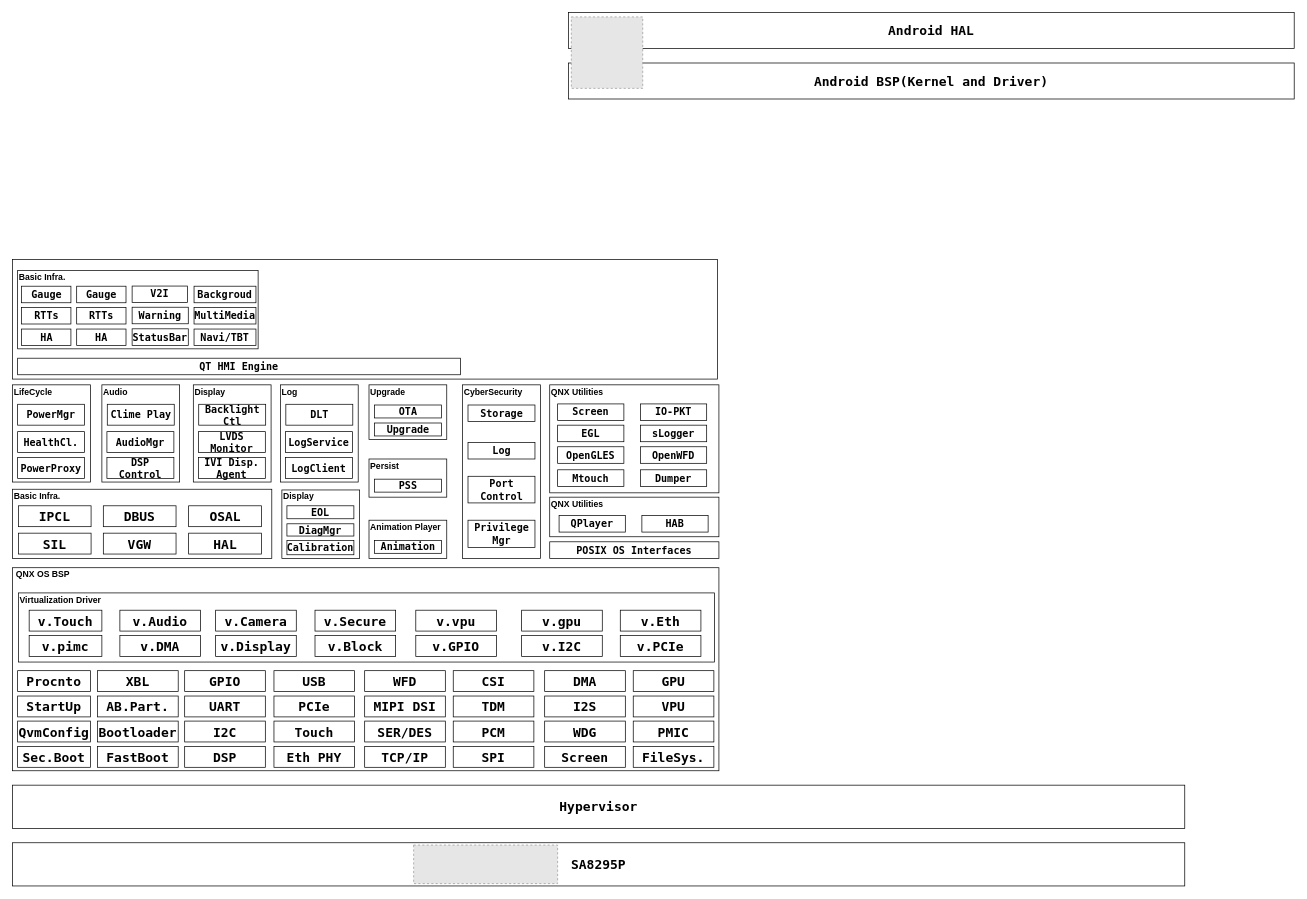
Earlier version of the draw.io diagram AndroidAndQNX_8295.drawio (qxcjust/allkindsofArchitecture). Source tidied: cells renumbered, new cells numbered last; positions are measured from the earlier drawing's top-left corner, leaving out a move shared by most shapes. Both pictures are drawn from the tidied source at 72%, with x=0, y=0 at pixel (12, 12). Pictures stored in the file or linked from it are replaced by grey dashed boxes.
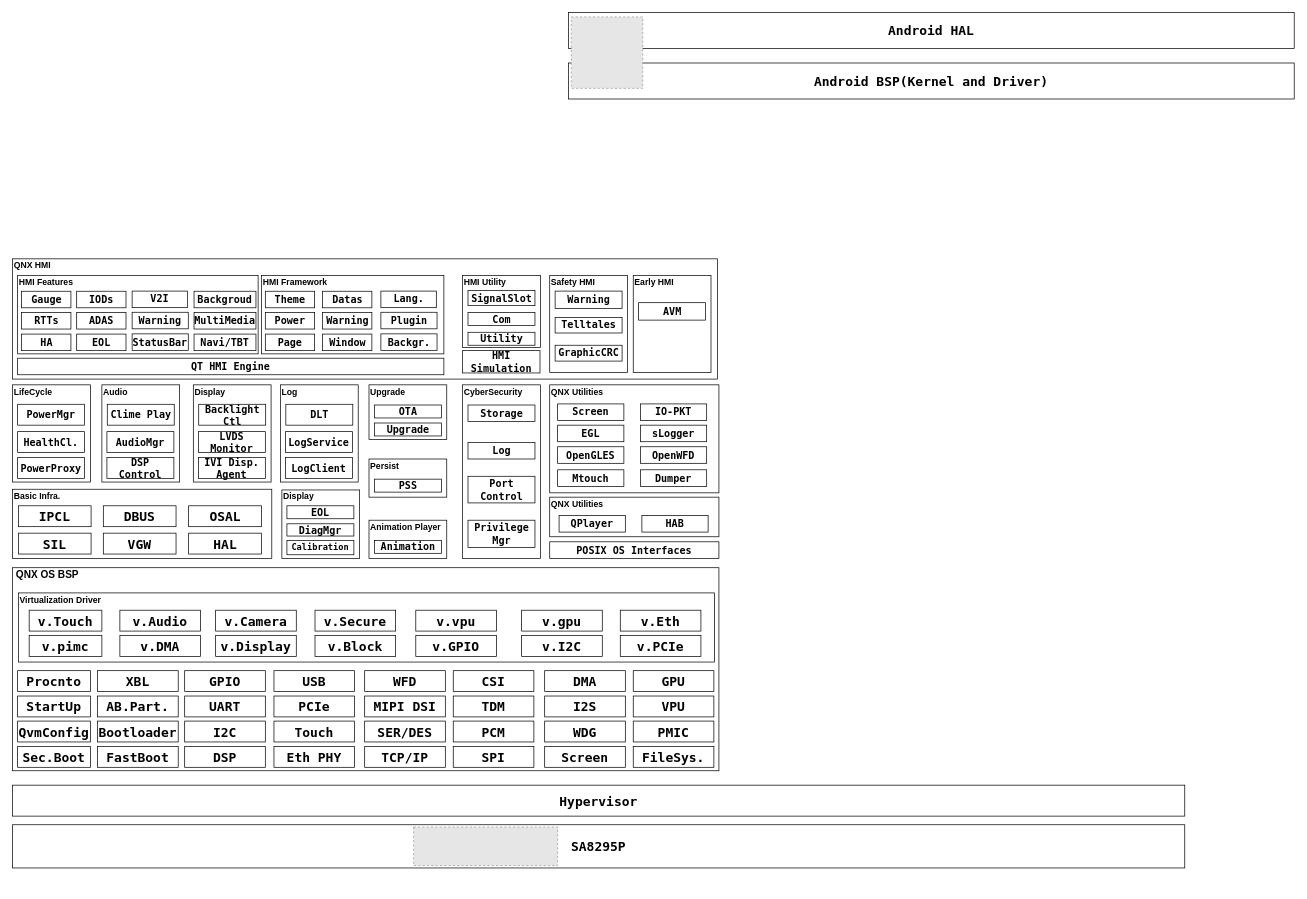
Above is the later version.

What changed in the source:
```diff
@@
     <mxCell id="2" value="&lt;font style=&quot;font-size: 18px;&quot; face=&quot;Lucida Console&quot;&gt;SA8295P&lt;/font&gt;" style="rounded=0;whiteSpace=wrap;html=1;fontStyle=1;" parent="1" vertex="1">
-      <mxGeometry y="1153" width="1628" height="60" as="geometry" />
+      <mxGeometry y="1128" width="1628" height="60" as="geometry" />
     </mxCell>
     <mxCell id="3" style="fillColor=#E6E6E6;strokeColor=#999999;dashed=1;verticalLabelPosition=bottom;labelBackgroundColor=default;verticalAlign=top;" parent="1" vertex="1">
-      <mxGeometry x="557" y="1156.2" width="200" height="53.5" as="geometry" />
+      <mxGeometry x="557" y="1131.2" width="200" height="53.5" as="geometry" />
     </mxCell>
     <mxCell id="4" value="&lt;font style=&quot;font-size: 18px;&quot; face=&quot;Lucida Console&quot;&gt;Hypervisor&lt;/font&gt;" style="rounded=0;whiteSpace=wrap;html=1;fontStyle=1;" parent="1" vertex="1">
-      <mxGeometry y="1073" width="1628" height="60" as="geometry" />
+      <mxGeometry y="1073" width="1628" height="43" as="geometry" />
     </mxCell>
@@
-    <mxCell id="57" value="QNX OS BSP" style="text;html=1;whiteSpace=wrap;strokeColor=none;fillColor=none;align=left;verticalAlign=middle;rounded=0;fontStyle=1;" parent="1" vertex="1">
+    <mxCell id="57" value="&lt;font style=&quot;font-size: 14px;&quot;&gt;QNX OS BSP&lt;/font&gt;" style="text;html=1;whiteSpace=wrap;strokeColor=none;fillColor=none;align=left;verticalAlign=middle;rounded=0;fontStyle=1;" parent="1" vertex="1">
       <mxGeometry x="3" y="771" width="179" height="19" as="geometry" />
     </mxCell>
@@
-    <mxCell id="84" value="&lt;font face=&quot;Lucida Console&quot;&gt;&lt;span style=&quot;font-size: 14px;&quot;&gt;Calibration&lt;/span&gt;&lt;/font&gt;" style="rounded=0;whiteSpace=wrap;html=1;fontStyle=1;align=center;" parent="1" vertex="1">
+    <mxCell id="84" value="&lt;font face=&quot;Lucida Console&quot; style=&quot;font-size: 12px;&quot;&gt;Calibration&lt;/font&gt;" style="rounded=0;whiteSpace=wrap;html=1;fontStyle=1;align=center;" parent="1" vertex="1">
       <mxGeometry x="381" y="733" width="93" height="20" as="geometry" />
     </mxCell>
@@
     <mxCell id="122" style="rounded=0;whiteSpace=wrap;html=1;fontStyle=1;align=center;" parent="1" vertex="1">
-      <mxGeometry y="343" width="979" height="166" as="geometry" />
+      <mxGeometry y="342" width="979" height="167" as="geometry" />
     </mxCell>
     <mxCell id="123" value="&lt;font face=&quot;Lucida Console&quot;&gt;&lt;span style=&quot;font-size: 14px;&quot;&gt;QT HMI Engine&lt;/span&gt;&lt;/font&gt;" style="rounded=0;whiteSpace=wrap;html=1;fontStyle=1;align=center;" parent="1" vertex="1">
-      <mxGeometry x="7" y="480" width="615" height="23" as="geometry" />
+      <mxGeometry x="7" y="480" width="592" height="23" as="geometry" />
     </mxCell>
     <mxCell id="124" style="rounded=0;whiteSpace=wrap;html=1;fontStyle=1;align=center;" parent="1" vertex="1">
-      <mxGeometry x="7" y="358" width="334" height="109" as="geometry" />
+      <mxGeometry x="7" y="365" width="334" height="109" as="geometry" />
     </mxCell>
-    <mxCell id="125" value="Basic Infra." style="text;html=1;whiteSpace=wrap;strokeColor=none;fillColor=none;align=left;verticalAlign=middle;rounded=0;fontStyle=1;" parent="1" vertex="1">
-      <mxGeometry x="7" y="358" width="121" height="19" as="geometry" />
+    <mxCell id="125" value="HMI Features" style="text;html=1;whiteSpace=wrap;strokeColor=none;fillColor=none;align=left;verticalAlign=middle;rounded=0;fontStyle=1;" parent="1" vertex="1">
+      <mxGeometry x="7" y="365" width="121" height="19" as="geometry" />
     </mxCell>
     <mxCell id="126" value="&lt;font face=&quot;Lucida Console&quot;&gt;&lt;span style=&quot;font-size: 14px;&quot;&gt;Gauge&lt;/span&gt;&lt;/font&gt;" style="rounded=0;whiteSpace=wrap;html=1;fontStyle=1;align=center;" parent="1" vertex="1">
-      <mxGeometry x="12.5" y="380" width="68.5" height="23" as="geometry" />
+      <mxGeometry x="12.5" y="387" width="68.5" height="23" as="geometry" />
     </mxCell>
     <mxCell id="127" value="&lt;font face=&quot;Lucida Console&quot;&gt;&lt;span style=&quot;font-size: 14px;&quot;&gt;RTTs&lt;/span&gt;&lt;/font&gt;" style="rounded=0;whiteSpace=wrap;html=1;fontStyle=1;align=center;" parent="1" vertex="1">
-      <mxGeometry x="12.5" y="409.5" width="68.5" height="23" as="geometry" />
+      <mxGeometry x="12.5" y="416.5" width="68.5" height="23" as="geometry" />
     </mxCell>
     <mxCell id="128" value="&lt;font face=&quot;Lucida Console&quot;&gt;&lt;span style=&quot;font-size: 14px;&quot;&gt;HA&lt;/span&gt;&lt;/font&gt;" style="rounded=0;whiteSpace=wrap;html=1;fontStyle=1;align=center;" parent="1" vertex="1">
-      <mxGeometry x="12.5" y="439.5" width="68.5" height="23" as="geometry" />
+      <mxGeometry x="12.5" y="446.5" width="68.5" height="23" as="geometry" />
     </mxCell>
-    <mxCell id="129" value="&lt;font face=&quot;Lucida Console&quot;&gt;&lt;span style=&quot;font-size: 14px;&quot;&gt;Gauge&lt;/span&gt;&lt;/font&gt;" style="rounded=0;whiteSpace=wrap;html=1;fontStyle=1;align=center;" parent="1" vertex="1">
-      <mxGeometry x="89" y="380" width="68.5" height="23" as="geometry" />
+    <mxCell id="129" value="&lt;font face=&quot;Lucida Console&quot;&gt;&lt;span style=&quot;font-size: 14px;&quot;&gt;IODs&lt;/span&gt;&lt;/font&gt;" style="rounded=0;whiteSpace=wrap;html=1;fontStyle=1;align=center;" parent="1" vertex="1">
+      <mxGeometry x="89" y="387" width="68.5" height="23" as="geometry" />
     </mxCell>
-    <mxCell id="130" value="&lt;font face=&quot;Lucida Console&quot;&gt;&lt;span style=&quot;font-size: 14px;&quot;&gt;RTTs&lt;/span&gt;&lt;/font&gt;" style="rounded=0;whiteSpace=wrap;html=1;fontStyle=1;align=center;" parent="1" vertex="1">
-      <mxGeometry x="89" y="409.5" width="68.5" height="23" as="geometry" />
+    <mxCell id="130" value="&lt;font face=&quot;Lucida Console&quot;&gt;&lt;span style=&quot;font-size: 14px;&quot;&gt;ADAS&lt;/span&gt;&lt;/font&gt;" style="rounded=0;whiteSpace=wrap;html=1;fontStyle=1;align=center;" parent="1" vertex="1">
+      <mxGeometry x="89" y="416.5" width="68.5" height="23" as="geometry" />
     </mxCell>
-    <mxCell id="131" value="&lt;font face=&quot;Lucida Console&quot;&gt;&lt;span style=&quot;font-size: 14px;&quot;&gt;HA&lt;/span&gt;&lt;/font&gt;" style="rounded=0;whiteSpace=wrap;html=1;fontStyle=1;align=center;" parent="1" vertex="1">
-      <mxGeometry x="89" y="439.5" width="68.5" height="23" as="geometry" />
+    <mxCell id="131" value="&lt;font face=&quot;Lucida Console&quot;&gt;&lt;span style=&quot;font-size: 14px;&quot;&gt;EOL&lt;/span&gt;&lt;/font&gt;" style="rounded=0;whiteSpace=wrap;html=1;fontStyle=1;align=center;" parent="1" vertex="1">
+      <mxGeometry x="89" y="446.5" width="68.5" height="23" as="geometry" />
     </mxCell>
     <mxCell id="132" value="&lt;font face=&quot;Lucida Console&quot;&gt;&lt;span style=&quot;font-size: 14px;&quot;&gt;V2I&lt;/span&gt;&lt;/font&gt;" style="rounded=0;whiteSpace=wrap;html=1;fontStyle=1;align=center;" parent="1" vertex="1">
-      <mxGeometry x="166" y="379.8" width="77" height="23" as="geometry" />
+      <mxGeometry x="166" y="386.8" width="77" height="23" as="geometry" />
     </mxCell>
     <mxCell id="133" value="&lt;font face=&quot;Lucida Console&quot;&gt;&lt;span style=&quot;font-size: 14px;&quot;&gt;Warning&lt;/span&gt;&lt;/font&gt;" style="rounded=0;whiteSpace=wrap;html=1;fontStyle=1;align=center;" parent="1" vertex="1">
-      <mxGeometry x="166" y="409.2" width="78" height="23" as="geometry" />
+      <mxGeometry x="166" y="416.2" width="78" height="23" as="geometry" />
     </mxCell>
     <mxCell id="134" value="&lt;font face=&quot;Lucida Console&quot;&gt;&lt;span style=&quot;font-size: 14px;&quot;&gt;StatusBar&lt;/span&gt;&lt;/font&gt;" style="rounded=0;whiteSpace=wrap;html=1;fontStyle=1;align=center;" parent="1" vertex="1">
-      <mxGeometry x="166" y="439.2" width="78" height="23" as="geometry" />
+      <mxGeometry x="166" y="446.2" width="78" height="23" as="geometry" />
     </mxCell>
     <mxCell id="135" value="&lt;font face=&quot;Lucida Console&quot;&gt;&lt;span style=&quot;font-size: 14px;&quot;&gt;Backgroud&lt;/span&gt;&lt;/font&gt;" style="rounded=0;whiteSpace=wrap;html=1;fontStyle=1;align=center;" parent="1" vertex="1">
-      <mxGeometry x="252" y="380" width="86" height="23" as="geometry" />
+      <mxGeometry x="252" y="387" width="86" height="23" as="geometry" />
     </mxCell>
     <mxCell id="136" value="&lt;font face=&quot;Lucida Console&quot;&gt;&lt;span style=&quot;font-size: 14px;&quot;&gt;MultiMedia&lt;/span&gt;&lt;/font&gt;" style="rounded=0;whiteSpace=wrap;html=1;fontStyle=1;align=center;" parent="1" vertex="1">
-      <mxGeometry x="252" y="409.5" width="86" height="23" as="geometry" />
+      <mxGeometry x="252" y="416.5" width="86" height="23" as="geometry" />
     </mxCell>
     <mxCell id="137" value="&lt;font face=&quot;Lucida Console&quot;&gt;&lt;span style=&quot;font-size: 14px;&quot;&gt;Navi/TBT&lt;/span&gt;&lt;/font&gt;" style="rounded=0;whiteSpace=wrap;html=1;fontStyle=1;align=center;" parent="1" vertex="1">
-      <mxGeometry x="252" y="439.5" width="86" height="23" as="geometry" />
+      <mxGeometry x="252" y="446.5" width="86" height="23" as="geometry" />
     </mxCell>
+    <mxCell id="138" value="QNX HMI" style="text;html=1;whiteSpace=wrap;strokeColor=none;fillColor=none;align=left;verticalAlign=middle;rounded=0;fontStyle=1;" parent="1" vertex="1">
+      <mxGeometry y="341" width="61" height="19" as="geometry" />
+    </mxCell>
+    <mxCell id="139" style="rounded=0;whiteSpace=wrap;html=1;fontStyle=1;align=center;" parent="1" vertex="1">
+      <mxGeometry x="345.5" y="365" width="253.5" height="109" as="geometry" />
+    </mxCell>
+    <mxCell id="140" value="HMI Framework" style="text;html=1;whiteSpace=wrap;strokeColor=none;fillColor=none;align=left;verticalAlign=middle;rounded=0;fontStyle=1;" parent="1" vertex="1">
+      <mxGeometry x="345.5" y="365" width="121" height="19" as="geometry" />
+    </mxCell>
+    <mxCell id="141" value="&lt;font face=&quot;Lucida Console&quot;&gt;&lt;span style=&quot;font-size: 14px;&quot;&gt;Theme&lt;/span&gt;&lt;/font&gt;" style="rounded=0;whiteSpace=wrap;html=1;fontStyle=1;align=center;" parent="1" vertex="1">
+      <mxGeometry x="351" y="387" width="68.5" height="23" as="geometry" />
+    </mxCell>
+    <mxCell id="142" value="&lt;font face=&quot;Lucida Console&quot;&gt;&lt;span style=&quot;font-size: 14px;&quot;&gt;Power&lt;/span&gt;&lt;/font&gt;" style="rounded=0;whiteSpace=wrap;html=1;fontStyle=1;align=center;" parent="1" vertex="1">
+      <mxGeometry x="351" y="416.5" width="68.5" height="23" as="geometry" />
+    </mxCell>
+    <mxCell id="143" value="&lt;font face=&quot;Lucida Console&quot;&gt;&lt;span style=&quot;font-size: 14px;&quot;&gt;Page&lt;/span&gt;&lt;/font&gt;" style="rounded=0;whiteSpace=wrap;html=1;fontStyle=1;align=center;" parent="1" vertex="1">
+      <mxGeometry x="351" y="446.5" width="68.5" height="23" as="geometry" />
+    </mxCell>
+    <mxCell id="144" value="&lt;font face=&quot;Lucida Console&quot;&gt;&lt;span style=&quot;font-size: 14px;&quot;&gt;Datas&lt;/span&gt;&lt;/font&gt;" style="rounded=0;whiteSpace=wrap;html=1;fontStyle=1;align=center;" parent="1" vertex="1">
+      <mxGeometry x="430.5" y="387" width="68.5" height="23" as="geometry" />
+    </mxCell>
+    <mxCell id="145" value="&lt;font face=&quot;Lucida Console&quot;&gt;&lt;span style=&quot;font-size: 14px;&quot;&gt;Warning&lt;/span&gt;&lt;/font&gt;" style="rounded=0;whiteSpace=wrap;html=1;fontStyle=1;align=center;" parent="1" vertex="1">
+      <mxGeometry x="430.5" y="416.5" width="68.5" height="23" as="geometry" />
+    </mxCell>
+    <mxCell id="146" value="&lt;font face=&quot;Lucida Console&quot;&gt;&lt;span style=&quot;font-size: 14px;&quot;&gt;Window&lt;/span&gt;&lt;/font&gt;" style="rounded=0;whiteSpace=wrap;html=1;fontStyle=1;align=center;" parent="1" vertex="1">
+      <mxGeometry x="430.5" y="446.5" width="68.5" height="23" as="geometry" />
+    </mxCell>
+    <mxCell id="147" value="&lt;font face=&quot;Lucida Console&quot;&gt;&lt;span style=&quot;font-size: 14px;&quot;&gt;Lang.&lt;/span&gt;&lt;/font&gt;" style="rounded=0;whiteSpace=wrap;html=1;fontStyle=1;align=center;" parent="1" vertex="1">
+      <mxGeometry x="511.5" y="386.8" width="77" height="23" as="geometry" />
+    </mxCell>
+    <mxCell id="148" value="&lt;font face=&quot;Lucida Console&quot;&gt;&lt;span style=&quot;font-size: 14px;&quot;&gt;Plugin&lt;/span&gt;&lt;/font&gt;" style="rounded=0;whiteSpace=wrap;html=1;fontStyle=1;align=center;" parent="1" vertex="1">
+      <mxGeometry x="511.5" y="416.2" width="78" height="23" as="geometry" />
+    </mxCell>
+    <mxCell id="149" value="&lt;font face=&quot;Lucida Console&quot;&gt;&lt;span style=&quot;font-size: 14px;&quot;&gt;Backgr.&lt;/span&gt;&lt;/font&gt;" style="rounded=0;whiteSpace=wrap;html=1;fontStyle=1;align=center;" parent="1" vertex="1">
+      <mxGeometry x="511.5" y="446.2" width="78" height="23" as="geometry" />
+    </mxCell>
+    <mxCell id="150" value="&lt;font face=&quot;Lucida Console&quot;&gt;&lt;span style=&quot;font-size: 14px;&quot;&gt;HMI Simulation&lt;/span&gt;&lt;/font&gt;" style="rounded=0;whiteSpace=wrap;html=1;fontStyle=1;align=center;" parent="1" vertex="1">
+      <mxGeometry x="625" y="469.5" width="107.5" height="31" as="geometry" />
+    </mxCell>
+    <mxCell id="151" style="rounded=0;whiteSpace=wrap;html=1;fontStyle=1;align=center;" parent="1" vertex="1">
+      <mxGeometry x="625" y="365" width="108" height="100" as="geometry" />
+    </mxCell>
+    <mxCell id="152" value="HMI Utility" style="text;html=1;whiteSpace=wrap;strokeColor=none;fillColor=none;align=left;verticalAlign=middle;rounded=0;fontStyle=1;" parent="1" vertex="1">
+      <mxGeometry x="625" y="365" width="105" height="19" as="geometry" />
+    </mxCell>
+    <mxCell id="153" value="&lt;font face=&quot;Lucida Console&quot;&gt;&lt;span style=&quot;font-size: 14px;&quot;&gt;SignalSlot&lt;/span&gt;&lt;/font&gt;" style="rounded=0;whiteSpace=wrap;html=1;fontStyle=1;align=center;" parent="1" vertex="1">
+      <mxGeometry x="632.5" y="386" width="93" height="21" as="geometry" />
+    </mxCell>
+    <mxCell id="154" value="&lt;font face=&quot;Lucida Console&quot;&gt;&lt;span style=&quot;font-size: 14px;&quot;&gt;Com&lt;/span&gt;&lt;/font&gt;" style="rounded=0;whiteSpace=wrap;html=1;fontStyle=1;align=center;" parent="1" vertex="1">
+      <mxGeometry x="632.5" y="416.5" width="93" height="18" as="geometry" />
+    </mxCell>
+    <mxCell id="155" value="&lt;font face=&quot;Lucida Console&quot;&gt;&lt;span style=&quot;font-size: 14px;&quot;&gt;Utility&lt;/span&gt;&lt;/font&gt;" style="rounded=0;whiteSpace=wrap;html=1;fontStyle=1;align=center;" parent="1" vertex="1">
+      <mxGeometry x="632.5" y="444" width="93" height="18" as="geometry" />
+    </mxCell>
+    <mxCell id="156" style="rounded=0;whiteSpace=wrap;html=1;fontStyle=1;align=center;" parent="1" vertex="1">
+      <mxGeometry x="746" y="365" width="108" height="135" as="geometry" />
+    </mxCell>
+    <mxCell id="157" value="Safety HMI" style="text;html=1;whiteSpace=wrap;strokeColor=none;fillColor=none;align=left;verticalAlign=middle;rounded=0;fontStyle=1;" parent="1" vertex="1">
+      <mxGeometry x="746" y="365" width="105" height="19" as="geometry" />
+    </mxCell>
+    <mxCell id="158" value="&lt;font face=&quot;Lucida Console&quot;&gt;&lt;span style=&quot;font-size: 14px;&quot;&gt;Warning&lt;/span&gt;&lt;/font&gt;" style="rounded=0;whiteSpace=wrap;html=1;fontStyle=1;align=center;" parent="1" vertex="1">
+      <mxGeometry x="753.5" y="386.8" width="93" height="24.2" as="geometry" />
+    </mxCell>
+    <mxCell id="159" value="&lt;font face=&quot;Lucida Console&quot;&gt;&lt;span style=&quot;font-size: 14px;&quot;&gt;Telltales&lt;/span&gt;&lt;/font&gt;" style="rounded=0;whiteSpace=wrap;html=1;fontStyle=1;align=center;" parent="1" vertex="1">
+      <mxGeometry x="753.5" y="423.5" width="93" height="21.5" as="geometry" />
+    </mxCell>
+    <mxCell id="160" value="&lt;font face=&quot;Lucida Console&quot;&gt;&lt;span style=&quot;font-size: 14px;&quot;&gt;GraphicCRC&lt;/span&gt;&lt;/font&gt;" style="rounded=0;whiteSpace=wrap;html=1;fontStyle=1;align=center;" parent="1" vertex="1">
+      <mxGeometry x="753.5" y="462" width="93" height="22" as="geometry" />
+    </mxCell>
+    <mxCell id="161" style="rounded=0;whiteSpace=wrap;html=1;fontStyle=1;align=center;" parent="1" vertex="1">
+      <mxGeometry x="862" y="365" width="108" height="135" as="geometry" />
+    </mxCell>
+    <mxCell id="162" value="Early HMI" style="text;html=1;whiteSpace=wrap;strokeColor=none;fillColor=none;align=left;verticalAlign=middle;rounded=0;fontStyle=1;" parent="1" vertex="1">
+      <mxGeometry x="862" y="365" width="105" height="19" as="geometry" />
+    </mxCell>
+    <mxCell id="163" value="&lt;font face=&quot;Lucida Console&quot;&gt;&lt;span style=&quot;font-size: 14px;&quot;&gt;AVM&lt;/span&gt;&lt;/font&gt;" style="rounded=0;whiteSpace=wrap;html=1;fontStyle=1;align=center;" parent="1" vertex="1">
+      <mxGeometry x="869.5" y="402.9" width="93" height="24.2" as="geometry" />
+    </mxCell>
```
